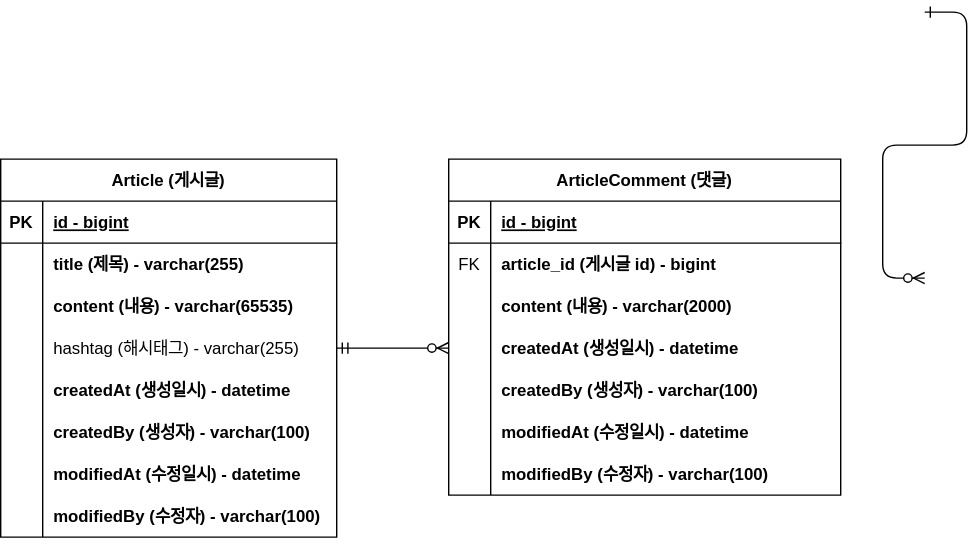
The draw.io diagram document/board-project-erd.svg in LimHeeSang/board-project, before a commit. Source tidied: cells renumbered, new cells last; positions are measured from the earlier drawing's top-left corner, leaving out a move shared by most shapes.
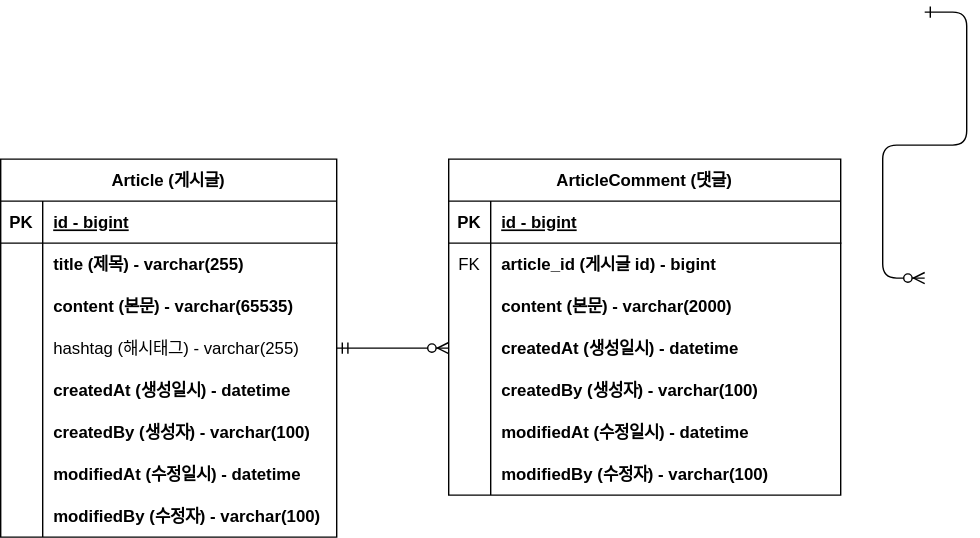
After the commit.

Commit message:
#8 - ERD 주석 업데이트: board-project-erd.svg

Diff of the diagram source:
```diff
@@ -35,7 +35,7 @@
     <mxCell id="11" style="shape=partialRectangle;fillColor=none;top=0;left=0;bottom=0;right=0;overflow=hidden;" parent="10" vertex="1">
       <mxGeometry width="30" height="30" as="geometry" />
     </mxCell>
-    <mxCell id="12" value="content (내용) - varchar(65535)" style="shape=partialRectangle;fillColor=none;top=0;left=0;bottom=0;right=0;align=left;spacingLeft=6;overflow=hidden;fontStyle=1;" parent="10" vertex="1">
+    <mxCell id="12" value="content (본문) - varchar(65535)" style="shape=partialRectangle;fillColor=none;top=0;left=0;bottom=0;right=0;align=left;spacingLeft=6;overflow=hidden;fontStyle=1;" parent="10" vertex="1">
       <mxGeometry x="30" width="210" height="30" as="geometry" />
     </mxCell>
     <mxCell id="13" style="shape=tableRow;horizontal=0;startSize=0;swimlaneHead=0;swimlaneBody=0;fillColor=none;points=[[0,0.5],[1,0.5]];portConstraint=eastwest;top=0;left=0;right=0;bottom=0;" parent="3" vertex="1">
@@ -110,7 +110,7 @@
     <mxCell id="36" style="shape=partialRectangle;fillColor=none;top=0;left=0;bottom=0;right=0;overflow=hidden;" parent="35" vertex="1">
       <mxGeometry width="30" height="30" as="geometry" />
     </mxCell>
-    <mxCell id="37" value="content (내용) - varchar(2000)" style="shape=partialRectangle;fillColor=none;top=0;left=0;bottom=0;right=0;align=left;spacingLeft=6;overflow=hidden;fontStyle=1;" parent="35" vertex="1">
+    <mxCell id="37" value="content (본문) - varchar(2000)" style="shape=partialRectangle;fillColor=none;top=0;left=0;bottom=0;right=0;align=left;spacingLeft=6;overflow=hidden;fontStyle=1;" parent="35" vertex="1">
       <mxGeometry x="30" width="250" height="30" as="geometry" />
     </mxCell>
     <mxCell id="38" style="shape=tableRow;horizontal=0;startSize=0;swimlaneHead=0;swimlaneBody=0;fillColor=none;points=[[0,0.5],[1,0.5]];portConstraint=eastwest;top=0;left=0;right=0;bottom=0;" parent="28" vertex="1">
```
